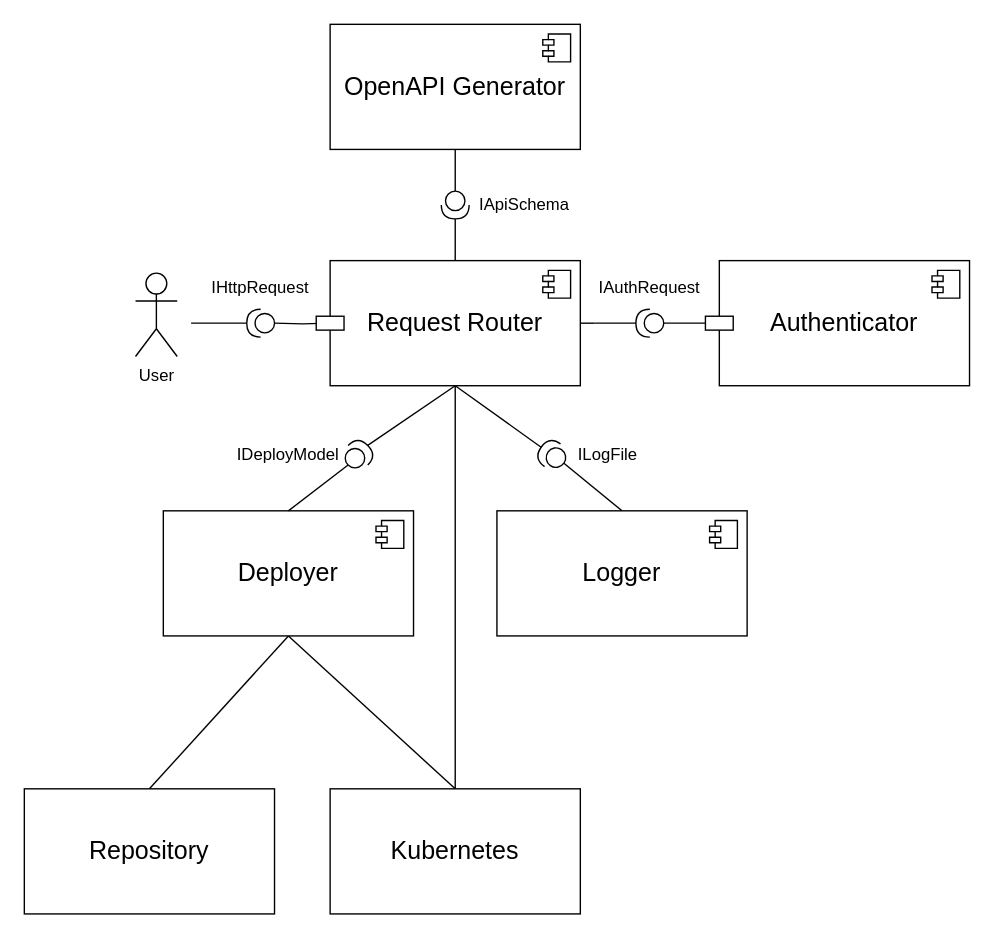
The draw.io diagram PracticeTasks/Module2/Task_9.1/ms.drawio in fanglores/Advanced-Software-Design, before the edit. Source tidied: cells renumbered, new cells numbered last; positions are measured from the earlier drawing's top-left corner, leaving out a move shared by most shapes. Both pictures are drawn from the tidied source at 139%, with x=0, y=0 at pixel (24, 24).
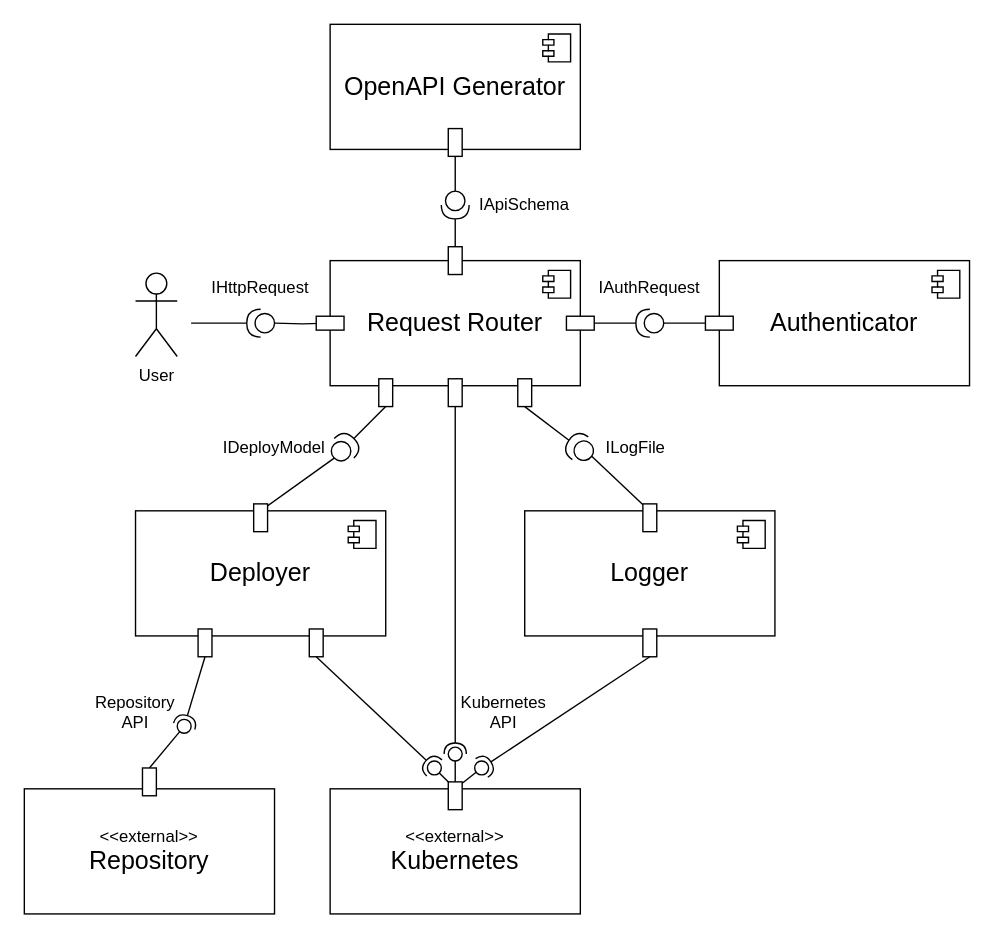
The same diagram, later.

Commit message (it also covers changes not shown here):
update Components diagram

The change refers to these unchanged cells:
```xml
<mxCell id="4" value="&lt;font style=&quot;font-size: 18px;&quot;&gt;Request Router&lt;/font&gt;" style="html=1;whiteSpace=wrap;" parent="1" vertex="1">
  <mxGeometry x="220" y="170" width="180" height="90" as="geometry" />
</mxCell>
<mxCell id="14" value="&lt;font style=&quot;font-size: 18px;&quot;&gt;OpenAPI Generator&lt;/font&gt;" style="html=1;whiteSpace=wrap;" parent="1" vertex="1">
  <mxGeometry x="220" width="180" height="90" as="geometry" />
</mxCell>
<mxCell id="29" style="shape=providedRequiredInterface;html=1;verticalLabelPosition=bottom;sketch=0;rotation=90;" parent="1" vertex="1">
  <mxGeometry x="300" y="120" width="20" height="20" as="geometry" />
</mxCell>
```

The edit, as a diff of the source:
```diff
@@
-    <mxCell id="3" style="edgeStyle=orthogonalEdgeStyle;rounded=0;jettySize=auto;html=1;exitX=0.5;exitY=1;exitDx=0;exitDy=0;entryX=0.5;entryY=0;entryDx=0;entryDy=0;endArrow=none;endFill=0;" parent="1" edge="1" source="4" target="39">
-      <mxGeometry relative="1" as="geometry" />
-    </mxCell>
@@
-    <mxCell id="8" style="rounded=0;jettySize=auto;html=1;exitX=0.5;exitY=1;exitDx=0;exitDy=0;entryX=0.5;entryY=0;entryDx=0;entryDy=0;endArrow=none;endFill=0;" parent="1" edge="1" source="10" target="39">
-      <mxGeometry relative="1" as="geometry" />
-    </mxCell>
-    <mxCell id="9" style="rounded=0;jettySize=auto;html=1;exitX=0.5;exitY=1;exitDx=0;exitDy=0;entryX=0.5;entryY=0;entryDx=0;entryDy=0;endArrow=none;endFill=0;" parent="1" edge="1" source="10" target="40">
-      <mxGeometry relative="1" as="geometry" />
-    </mxCell>
     <mxCell id="10" value="&lt;font style=&quot;font-size: 18px;&quot;&gt;Deployer&lt;/font&gt;" style="html=1;whiteSpace=wrap;" parent="1" vertex="1">
-      <mxGeometry x="100" y="350" width="180" height="90" as="geometry" />
+      <mxGeometry x="80" y="350" width="180" height="90" as="geometry" />
     </mxCell>
@@
     <mxCell id="12" value="&lt;font style=&quot;font-size: 18px;&quot;&gt;Logger&lt;/font&gt;" style="html=1;whiteSpace=wrap;" parent="1" vertex="1">
-      <mxGeometry x="340" y="350" width="180" height="90" as="geometry" />
+      <mxGeometry x="360" y="350" width="180" height="90" as="geometry" />
     </mxCell>
@@
-    <mxCell id="27" style="edgeStyle=orthogonalEdgeStyle;rounded=0;jettySize=auto;html=1;exitX=0;exitY=0.5;exitDx=0;exitDy=0;exitPerimeter=0;entryX=0.5;entryY=1;entryDx=0;entryDy=0;endArrow=none;endFill=0;" parent="1" edge="1" source="29" target="14">
+    <mxCell id="27" style="edgeStyle=orthogonalEdgeStyle;rounded=0;jettySize=auto;html=1;exitX=0;exitY=0.5;exitDx=0;exitDy=0;exitPerimeter=0;entryX=0.5;entryY=1;entryDx=0;entryDy=0;endArrow=none;endFill=0;" parent="1" edge="1" source="43" target="14">
       <mxGeometry relative="1" as="geometry" />
     </mxCell>
@@
-    <mxCell id="31" style="rounded=0;jettySize=auto;html=1;exitX=1;exitY=0.5;exitDx=0;exitDy=0;exitPerimeter=0;entryX=0.5;entryY=1;entryDx=0;entryDy=0;strokeColor=default;endArrow=none;endFill=0;" parent="1" edge="1" source="33" target="4">
+    <mxCell id="31" style="rounded=0;jettySize=auto;html=1;exitX=1;exitY=0.5;exitDx=0;exitDy=0;exitPerimeter=0;entryX=1;entryY=0.5;entryDx=0;entryDy=0;strokeColor=default;endArrow=none;endFill=0;" parent="1" edge="1" source="33" target="45">
       <mxGeometry relative="1" as="geometry" />
     </mxCell>
@@
     <mxCell id="33" style="shape=providedRequiredInterface;html=1;verticalLabelPosition=bottom;sketch=0;rotation=-45;" parent="1" vertex="1">
-      <mxGeometry x="230" y="300" width="20" height="20" as="geometry" />
+      <mxGeometry x="220" y="295" width="20" height="20" as="geometry" />
     </mxCell>
-    <mxCell id="34" style="rounded=0;jettySize=auto;html=1;exitX=0;exitY=0.5;exitDx=0;exitDy=0;exitPerimeter=0;entryX=0.5;entryY=0;entryDx=0;entryDy=0;endArrow=none;endFill=0;" parent="1" edge="1" source="35" target="12">
+    <mxCell id="34" style="rounded=0;jettySize=auto;html=1;exitX=0;exitY=0.5;exitDx=0;exitDy=0;exitPerimeter=0;entryX=0.5;entryY=0;entryDx=0;entryDy=0;endArrow=none;endFill=0;" parent="1" edge="1" source="50" target="12">
       <mxGeometry relative="1" as="geometry" />
     </mxCell>
     <mxCell id="35" style="shape=providedRequiredInterface;html=1;verticalLabelPosition=bottom;sketch=0;rotation=-145;" parent="1" vertex="1">
-      <mxGeometry x="370" y="300" width="20" height="20" as="geometry" />
+      <mxGeometry x="390" y="295" width="20" height="20" as="geometry" />
     </mxCell>
-    <mxCell id="36" style="rounded=0;jettySize=auto;html=1;exitX=0.5;exitY=1;exitDx=0;exitDy=0;entryX=1;entryY=0.5;entryDx=0;entryDy=0;entryPerimeter=0;endArrow=none;endFill=0;" parent="1" edge="1" source="4" target="35">
+    <mxCell id="36" style="rounded=0;jettySize=auto;html=1;exitX=1;exitY=0.5;exitDx=0;exitDy=0;entryX=1;entryY=0.5;entryDx=0;entryDy=0;entryPerimeter=0;endArrow=none;endFill=0;" parent="1" edge="1" source="46" target="35">
       <mxGeometry relative="1" as="geometry" />
     </mxCell>
     <mxCell id="37" value="IDeployModel" style="text;html=1;align=center;verticalAlign=middle;whiteSpace=wrap;rounded=0;" parent="1" vertex="1">
-      <mxGeometry x="160" y="295" width="60" height="30" as="geometry" />
+      <mxGeometry x="150" y="290" width="60" height="30" as="geometry" />
     </mxCell>
     <mxCell id="38" value="ILogFile" style="text;html=1;align=center;verticalAlign=middle;whiteSpace=wrap;rounded=0;" parent="1" vertex="1">
-      <mxGeometry x="390" y="295" width="60" height="30" as="geometry" />
+      <mxGeometry x="410" y="290" width="60" height="30" as="geometry" />
     </mxCell>
-    <mxCell id="39" value="&lt;font style=&quot;font-size: 18px;&quot;&gt;Kubernetes&lt;/font&gt;" style="html=1;whiteSpace=wrap;" parent="1" vertex="1">
+    <mxCell id="39" value="&lt;div&gt;&lt;font&gt;&amp;lt;&amp;lt;external&amp;gt;&amp;gt;&lt;/font&gt;&lt;/div&gt;&lt;font style=&quot;font-size: 18px;&quot;&gt;Kubernetes&lt;/font&gt;" style="html=1;whiteSpace=wrap;" parent="1" vertex="1">
       <mxGeometry x="220" y="550" width="180" height="90" as="geometry" />
     </mxCell>
-    <mxCell id="40" value="&lt;font style=&quot;font-size: 18px;&quot;&gt;Repository&lt;/font&gt;" style="html=1;whiteSpace=wrap;" parent="1" vertex="1">
+    <mxCell id="40" value="&lt;div&gt;&lt;font&gt;&amp;lt;&amp;lt;external&amp;gt;&amp;gt;&lt;/font&gt;&lt;/div&gt;&lt;font style=&quot;font-size: 18px;&quot;&gt;Repository&lt;/font&gt;" style="html=1;whiteSpace=wrap;" parent="1" vertex="1">
       <mxGeometry y="550" width="180" height="90" as="geometry" />
     </mxCell>
+    <mxCell id="41" style="rounded=0;whiteSpace=wrap;html=1;" parent="1" vertex="1">
+      <mxGeometry x="390" y="210" width="20" height="10" as="geometry" />
+    </mxCell>
+    <mxCell id="42" style="edgeStyle=orthogonalEdgeStyle;rounded=0;jettySize=auto;html=1;exitX=0;exitY=0.5;exitDx=0;exitDy=0;exitPerimeter=0;endArrow=none;endFill=0;" parent="1" edge="1" source="29" target="43">
+      <mxGeometry relative="1" as="geometry" />
+    </mxCell>
+    <mxCell id="43" style="rounded=0;whiteSpace=wrap;html=1;rotation=90;" parent="1" vertex="1">
+      <mxGeometry x="300" y="80" width="20" height="10" as="geometry" />
+    </mxCell>
+    <mxCell id="44" style="rounded=0;whiteSpace=wrap;html=1;rotation=90;" parent="1" vertex="1">
+      <mxGeometry x="300" y="165" width="20" height="10" as="geometry" />
+    </mxCell>
+    <mxCell id="45" style="rounded=0;whiteSpace=wrap;html=1;rotation=90;" parent="1" vertex="1">
+      <mxGeometry x="250" y="260" width="20" height="10" as="geometry" />
+    </mxCell>
+    <mxCell id="46" style="rounded=0;whiteSpace=wrap;html=1;rotation=90;" parent="1" vertex="1">
+      <mxGeometry x="350" y="260" width="20" height="10" as="geometry" />
+    </mxCell>
+    <mxCell id="47" style="rounded=0;whiteSpace=wrap;html=1;rotation=90;" parent="1" vertex="1">
+      <mxGeometry x="300" y="260" width="20" height="10" as="geometry" />
+    </mxCell>
+    <mxCell id="48" style="rounded=0;whiteSpace=wrap;html=1;rotation=90;" parent="1" vertex="1">
+      <mxGeometry x="160" y="350" width="20" height="10" as="geometry" />
+    </mxCell>
+    <mxCell id="49" style="rounded=0;jettySize=auto;html=1;exitX=0;exitY=0.5;exitDx=0;exitDy=0;exitPerimeter=0;entryX=0.5;entryY=0;entryDx=0;entryDy=0;endArrow=none;endFill=0;" parent="1" edge="1" source="35" target="50">
+      <mxGeometry relative="1" as="geometry" />
+    </mxCell>
+    <mxCell id="50" style="rounded=0;whiteSpace=wrap;html=1;rotation=90;" parent="1" vertex="1">
+      <mxGeometry x="440" y="350" width="20" height="10" as="geometry" />
+    </mxCell>
+    <mxCell id="51" style="rounded=0;whiteSpace=wrap;html=1;rotation=90;" parent="1" vertex="1">
+      <mxGeometry x="120" y="440" width="20" height="10" as="geometry" />
+    </mxCell>
+    <mxCell id="52" style="rounded=0;whiteSpace=wrap;html=1;rotation=90;" parent="1" vertex="1">
+      <mxGeometry x="200" y="440" width="20" height="10" as="geometry" />
+    </mxCell>
+    <mxCell id="53" style="rounded=0;jettySize=auto;html=1;endArrow=halfCircle;endFill=0;endSize=6;strokeWidth=1;sketch=0;exitX=1;exitY=0.5;exitDx=0;exitDy=0;" parent="1" edge="1" source="51" target="55">
+      <mxGeometry relative="1" as="geometry" />
+    </mxCell>
+    <mxCell id="54" style="rounded=0;jettySize=auto;html=1;endArrow=oval;endFill=0;sketch=0;sourcePerimeterSpacing=0;targetPerimeterSpacing=0;endSize=10;exitX=0;exitY=0.5;exitDx=0;exitDy=0;" parent="1" edge="1" source="70" target="55">
+      <mxGeometry relative="1" as="geometry" />
+    </mxCell>
+    <mxCell id="55" style="ellipse;whiteSpace=wrap;html=1;align=center;fillColor=none;strokeColor=none;perimeter=centerPerimeter;points=[];outlineConnect=1;" parent="1" vertex="1">
+      <mxGeometry x="110" y="500" width="10" height="10" as="geometry" />
+    </mxCell>
+    <mxCell id="56" style="rounded=0;jettySize=auto;html=1;endArrow=halfCircle;endFill=0;endSize=6;strokeWidth=1;sketch=0;exitX=1;exitY=0.5;exitDx=0;exitDy=0;" parent="1" edge="1" source="52" target="58">
+      <mxGeometry relative="1" as="geometry" />
+    </mxCell>
+    <mxCell id="57" style="rounded=0;jettySize=auto;html=1;endArrow=oval;endFill=0;sketch=0;sourcePerimeterSpacing=0;targetPerimeterSpacing=0;endSize=10;exitX=0.5;exitY=0;exitDx=0;exitDy=0;" parent="1" edge="1" source="39" target="58">
+      <mxGeometry relative="1" as="geometry" />
+    </mxCell>
+    <mxCell id="58" style="ellipse;whiteSpace=wrap;html=1;align=center;fillColor=none;strokeColor=none;perimeter=centerPerimeter;points=[];outlineConnect=1;" parent="1" vertex="1">
+      <mxGeometry x="290" y="530" width="10" height="10" as="geometry" />
+    </mxCell>
+    <mxCell id="59" value="Kubernetes API" style="text;html=1;align=center;verticalAlign=middle;whiteSpace=wrap;rounded=0;" parent="1" vertex="1">
+      <mxGeometry x="315" y="480" width="60" height="30" as="geometry" />
+    </mxCell>
+    <mxCell id="60" style="rounded=0;jettySize=auto;html=1;endArrow=halfCircle;endFill=0;endSize=6;strokeWidth=1;sketch=0;exitX=1;exitY=0.5;exitDx=0;exitDy=0;" parent="1" edge="1" source="47" target="62">
+      <mxGeometry relative="1" as="geometry" />
+    </mxCell>
+    <mxCell id="61" style="rounded=0;jettySize=auto;html=1;endArrow=oval;endFill=0;sketch=0;sourcePerimeterSpacing=0;targetPerimeterSpacing=0;endSize=10;exitX=0.5;exitY=0;exitDx=0;exitDy=0;" parent="1" edge="1" source="39" target="62">
+      <mxGeometry relative="1" as="geometry" />
+    </mxCell>
+    <mxCell id="62" style="ellipse;whiteSpace=wrap;html=1;align=center;fillColor=none;strokeColor=none;perimeter=centerPerimeter;points=[];outlineConnect=1;" parent="1" vertex="1">
+      <mxGeometry x="305" y="520" width="10" height="10" as="geometry" />
+    </mxCell>
+    <mxCell id="63" value="Repository API" style="text;html=1;align=center;verticalAlign=middle;whiteSpace=wrap;rounded=0;" parent="1" vertex="1">
+      <mxGeometry x="50" y="480" width="60" height="30" as="geometry" />
+    </mxCell>
+    <mxCell id="64" style="rounded=0;whiteSpace=wrap;html=1;rotation=90;" parent="1" vertex="1">
+      <mxGeometry x="440" y="440" width="20" height="10" as="geometry" />
+    </mxCell>
+    <mxCell id="65" style="ellipse;whiteSpace=wrap;html=1;align=center;fillColor=none;strokeColor=none;perimeter=centerPerimeter;" parent="1" vertex="1">
+      <mxGeometry x="265" y="500" width="10" height="10" as="geometry" />
+    </mxCell>
+    <mxCell id="66" style="rounded=0;jettySize=auto;html=1;endArrow=halfCircle;endFill=0;endSize=6;strokeWidth=1;sketch=0;exitX=1;exitY=0.5;exitDx=0;exitDy=0;" parent="1" edge="1" source="64" target="68">
+      <mxGeometry relative="1" as="geometry" />
+    </mxCell>
+    <mxCell id="67" style="rounded=0;jettySize=auto;html=1;endArrow=oval;endFill=0;sketch=0;sourcePerimeterSpacing=0;targetPerimeterSpacing=0;endSize=10;" parent="1" edge="1" target="68">
+      <mxGeometry relative="1" as="geometry">
+        <mxPoint x="310" y="550" as="sourcePoint" />
+      </mxGeometry>
+    </mxCell>
+    <mxCell id="68" style="ellipse;whiteSpace=wrap;html=1;align=center;fillColor=none;strokeColor=none;perimeter=centerPerimeter;points=[];outlineConnect=1;" parent="1" vertex="1">
+      <mxGeometry x="324" y="530" width="10" height="10" as="geometry" />
+    </mxCell>
+    <mxCell id="69" style="rounded=0;jettySize=auto;html=1;endArrow=oval;endFill=0;sketch=0;sourcePerimeterSpacing=0;targetPerimeterSpacing=0;endSize=10;exitX=0.471;exitY=0.007;exitDx=0;exitDy=0;exitPerimeter=0;" parent="1" edge="1" source="40" target="70">
+      <mxGeometry relative="1" as="geometry" />
+    </mxCell>
+    <mxCell id="70" style="rounded=0;whiteSpace=wrap;html=1;rotation=90;" parent="1" vertex="1">
+      <mxGeometry x="80" y="540" width="20" height="10" as="geometry" />
+    </mxCell>
+    <mxCell id="71" style="rounded=0;whiteSpace=wrap;html=1;rotation=90;" parent="1" vertex="1">
+      <mxGeometry x="300" y="550" width="20" height="10" as="geometry" />
+    </mxCell>
```
